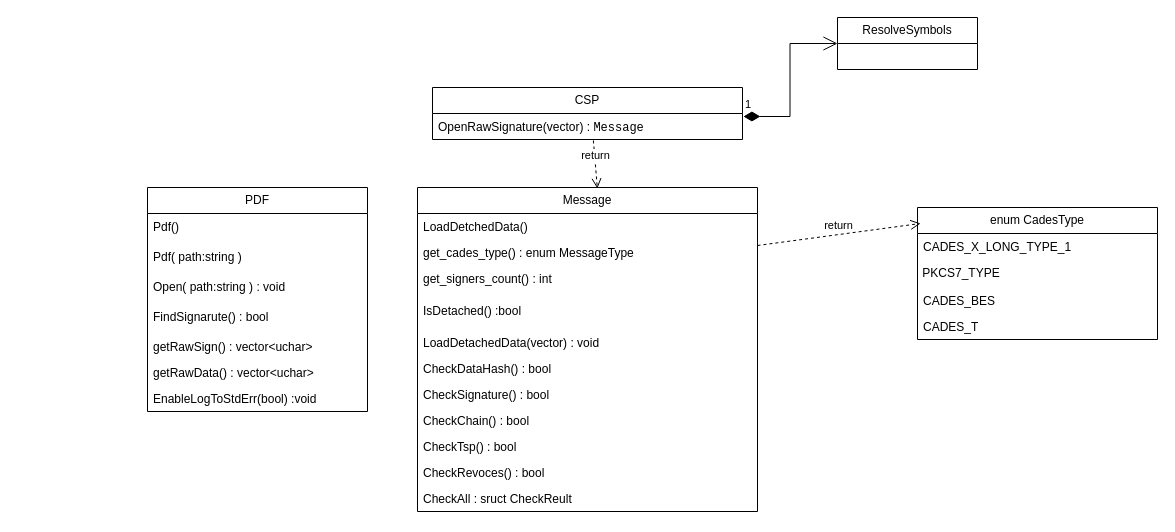
Above: basic_struct_draft.drawio in 3036662/pdf_scp (draw.io), before the change. Source tidied: cells renumbered, new cells numbered last; positions are measured from the earlier drawing's top-left corner, leaving out a move shared by most shapes. Both pictures are drawn from the tidied source at 100%, with x=0, y=0 at pixel (147, 17).
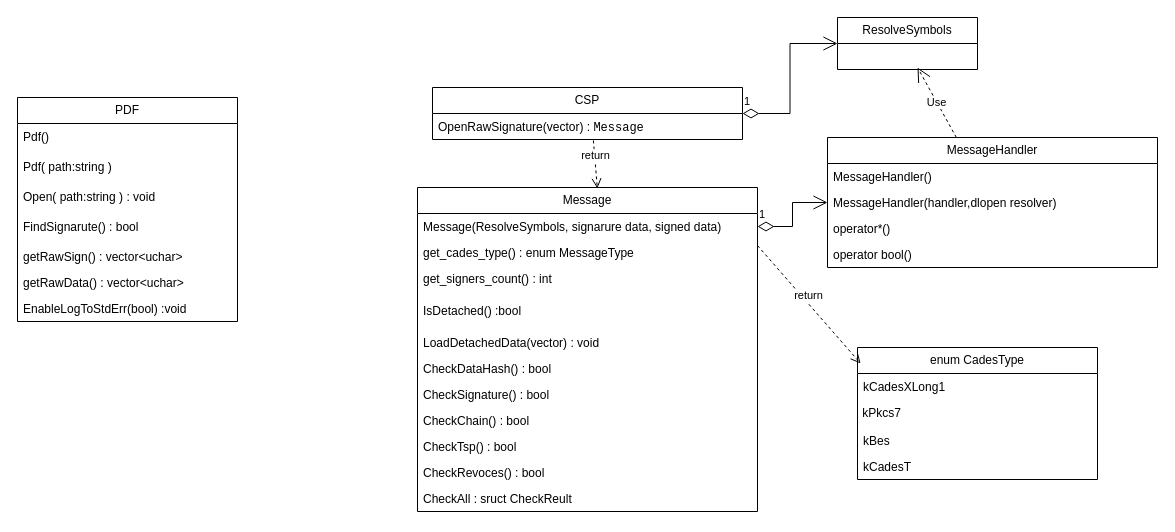
Above is the later version.

Unchanged cells that the change refers to:
```xml
<mxCell id="10" value="CSP" style="swimlane;fontStyle=0;horizontal=1;startSize=26;fillColor=none;whiteSpace=wrap;html=1;" parent="1" vertex="1">
  <mxGeometry x="285" y="70" width="310" height="52" as="geometry" />
</mxCell>
<mxCell id="11" value="OpenRawSignature(vector) : &lt;code class=&quot;lang-cpp&quot;&gt;&lt;span&gt;&lt;span class=&quot;hljs-function&quot;&gt;&lt;span class=&quot;hljs-title&quot;&gt;Message&lt;/span&gt;&lt;span class=&quot;hljs-params&quot;&gt;&lt;/span&gt;&lt;/span&gt;&lt;/span&gt;&lt;/code&gt; " style="text;strokeColor=none;fillColor=none;align=left;verticalAlign=top;spacingLeft=4;spacingRight=4;overflow=hidden;points=[[0,0.5],[1,0.5]];portConstraint=eastwest;whiteSpace=wrap;html=1;" parent="10" vertex="1">
  <mxGeometry y="26" width="310" height="26" as="geometry" />
</mxCell>
<mxCell id="12" value="Message" style="swimlane;fontStyle=0;horizontal=1;startSize=26;fillColor=none;whiteSpace=wrap;html=1;" parent="1" vertex="1">
  <mxGeometry x="270" y="170" width="340" height="324" as="geometry" />
</mxCell>
<mxCell id="29" value="ResolveSymbols" style="swimlane;fontStyle=0;horizontal=1;startSize=26;fillColor=none;whiteSpace=wrap;html=1;" parent="1" vertex="1">
  <mxGeometry x="690" width="140" height="52" as="geometry" />
</mxCell>
```

Change to the diagram source:
```diff
@@
     <mxCell id="2" value="PDF" style="swimlane;fontStyle=0;horizontal=1;startSize=26;fillColor=none;whiteSpace=wrap;html=1;" parent="1" vertex="1">
-      <mxGeometry y="170" width="220" height="224" as="geometry" />
+      <mxGeometry x="-130" y="80" width="220" height="224" as="geometry" />
     </mxCell>
@@
-    <mxCell id="13" value="LoadDetchedData()" style="text;strokeColor=none;fillColor=none;align=left;verticalAlign=top;spacingLeft=4;spacingRight=4;overflow=hidden;points=[[0,0.5],[1,0.5]];portConstraint=eastwest;whiteSpace=wrap;html=1;" parent="12" vertex="1">
+    <mxCell id="13" value="Message(ResolveSymbols, signarure data, signed data)" style="text;strokeColor=none;fillColor=none;align=left;verticalAlign=top;spacingLeft=4;spacingRight=4;overflow=hidden;points=[[0,0.5],[1,0.5]];portConstraint=eastwest;whiteSpace=wrap;html=1;" parent="12" vertex="1">
       <mxGeometry y="26" width="340" height="26" as="geometry" />
     </mxCell>
@@
     <mxCell id="24" value="enum CadesType" style="swimlane;fontStyle=0;horizontal=1;startSize=26;fillColor=none;whiteSpace=wrap;html=1;" parent="1" vertex="1">
-      <mxGeometry x="770" y="190" width="240" height="132" as="geometry" />
+      <mxGeometry x="710" y="330" width="240" height="132" as="geometry" />
     </mxCell>
-    <mxCell id="25" value="CADES_X_LONG_TYPE_1" style="text;strokeColor=none;fillColor=none;align=left;verticalAlign=top;spacingLeft=4;spacingRight=4;overflow=hidden;whiteSpace=wrap;html=1;" parent="24" vertex="1">
+    <mxCell id="25" value="kCadesXLong1" style="text;strokeColor=none;fillColor=none;align=left;verticalAlign=top;spacingLeft=4;spacingRight=4;overflow=hidden;whiteSpace=wrap;html=1;" parent="24" vertex="1">
       <mxGeometry y="26" width="240" height="26" as="geometry" />
     </mxCell>
-    <mxCell id="26" value="&amp;nbsp;PKCS7_TYPE" style="text;whiteSpace=wrap;html=1;" parent="24" vertex="1">
+    <mxCell id="26" value="&lt;div&gt;&amp;nbsp;kPkcs7&lt;/div&gt;" style="text;whiteSpace=wrap;html=1;" parent="24" vertex="1">
       <mxGeometry y="52" width="240" height="28" as="geometry" />
     </mxCell>
-    <mxCell id="27" value="CADES_BES" style="text;strokeColor=none;fillColor=none;align=left;verticalAlign=top;spacingLeft=4;spacingRight=4;overflow=hidden;whiteSpace=wrap;html=1;" parent="24" vertex="1">
+    <mxCell id="27" value="kBes" style="text;strokeColor=none;fillColor=none;align=left;verticalAlign=top;spacingLeft=4;spacingRight=4;overflow=hidden;whiteSpace=wrap;html=1;" parent="24" vertex="1">
       <mxGeometry y="80" width="240" height="26" as="geometry" />
     </mxCell>
-    <mxCell id="28" value="CADES_T" style="text;strokeColor=none;fillColor=none;align=left;verticalAlign=top;spacingLeft=4;spacingRight=4;overflow=hidden;whiteSpace=wrap;html=1;" parent="24" vertex="1">
+    <mxCell id="28" value="kCadesT" style="text;strokeColor=none;fillColor=none;align=left;verticalAlign=top;spacingLeft=4;spacingRight=4;overflow=hidden;whiteSpace=wrap;html=1;" parent="24" vertex="1">
       <mxGeometry y="106" width="240" height="26" as="geometry" />
     </mxCell>
@@
-    <mxCell id="30" value="1" style="endArrow=open;html=1;endSize=12;startArrow=diamondThin;startSize=14;startFill=1;edgeStyle=orthogonalEdgeStyle;align=left;verticalAlign=bottom;rounded=0;entryX=0;entryY=0.5;entryDx=0;entryDy=0;exitX=1.003;exitY=0.115;exitDx=0;exitDy=0;exitPerimeter=0;" parent="1" edge="1" source="11" target="29">
-      <mxGeometry x="-1" y="3" relative="1" as="geometry" />
-    </mxCell>
@@
+    <mxCell id="33" value="MessageHandler" style="swimlane;fontStyle=0;horizontal=1;startSize=26;fillColor=none;whiteSpace=wrap;html=1;" parent="1" vertex="1">
+      <mxGeometry x="680" y="120" width="330" height="130" as="geometry" />
+    </mxCell>
+    <mxCell id="34" value="MessageHandler()" style="text;strokeColor=none;fillColor=none;align=left;verticalAlign=top;spacingLeft=4;spacingRight=4;overflow=hidden;whiteSpace=wrap;html=1;" parent="33" vertex="1">
+      <mxGeometry y="26" width="330" height="26" as="geometry" />
+    </mxCell>
+    <mxCell id="35" value="MessageHandler(handler,dlopen resolver)" style="text;strokeColor=none;fillColor=none;align=left;verticalAlign=top;spacingLeft=4;spacingRight=4;overflow=hidden;points=[[0,0.5],[1,0.5]];portConstraint=eastwest;whiteSpace=wrap;html=1;" parent="33" vertex="1">
+      <mxGeometry y="52" width="330" height="26" as="geometry" />
+    </mxCell>
+    <mxCell id="36" value="operator*()" style="text;strokeColor=none;fillColor=none;align=left;verticalAlign=top;spacingLeft=4;spacingRight=4;overflow=hidden;whiteSpace=wrap;html=1;" parent="33" vertex="1">
+      <mxGeometry y="78" width="330" height="26" as="geometry" />
+    </mxCell>
+    <mxCell id="37" value="operator bool()" style="text;strokeColor=none;fillColor=none;align=left;verticalAlign=top;spacingLeft=4;spacingRight=4;overflow=hidden;whiteSpace=wrap;html=1;" parent="33" vertex="1">
+      <mxGeometry y="104" width="330" height="26" as="geometry" />
+    </mxCell>
+    <mxCell id="38" value="Use" style="endArrow=open;endSize=12;dashed=1;html=1;rounded=0;" parent="1" edge="1" source="33">
+      <mxGeometry relative="1" as="geometry">
+        <mxPoint x="770" y="50" as="targetPoint" />
+      </mxGeometry>
+    </mxCell>
+    <mxCell id="39" value="1" style="endArrow=open;html=1;endSize=12;startArrow=diamondThin;startSize=14;startFill=0;edgeStyle=orthogonalEdgeStyle;align=left;verticalAlign=bottom;rounded=0;entryX=0;entryY=0.5;entryDx=0;entryDy=0;exitX=1;exitY=0.5;exitDx=0;exitDy=0;" parent="1" edge="1" source="13" target="35">
+      <mxGeometry x="-1" y="3" relative="1" as="geometry" />
+    </mxCell>
+    <mxCell id="40" value="1" style="endArrow=open;html=1;endSize=12;startArrow=diamondThin;startSize=14;startFill=0;edgeStyle=orthogonalEdgeStyle;align=left;verticalAlign=bottom;rounded=0;entryX=0;entryY=0.5;entryDx=0;entryDy=0;exitX=1;exitY=0.5;exitDx=0;exitDy=0;" parent="1" edge="1" source="10" target="29">
+      <mxGeometry x="-1" y="3" relative="1" as="geometry" />
+    </mxCell>
```
